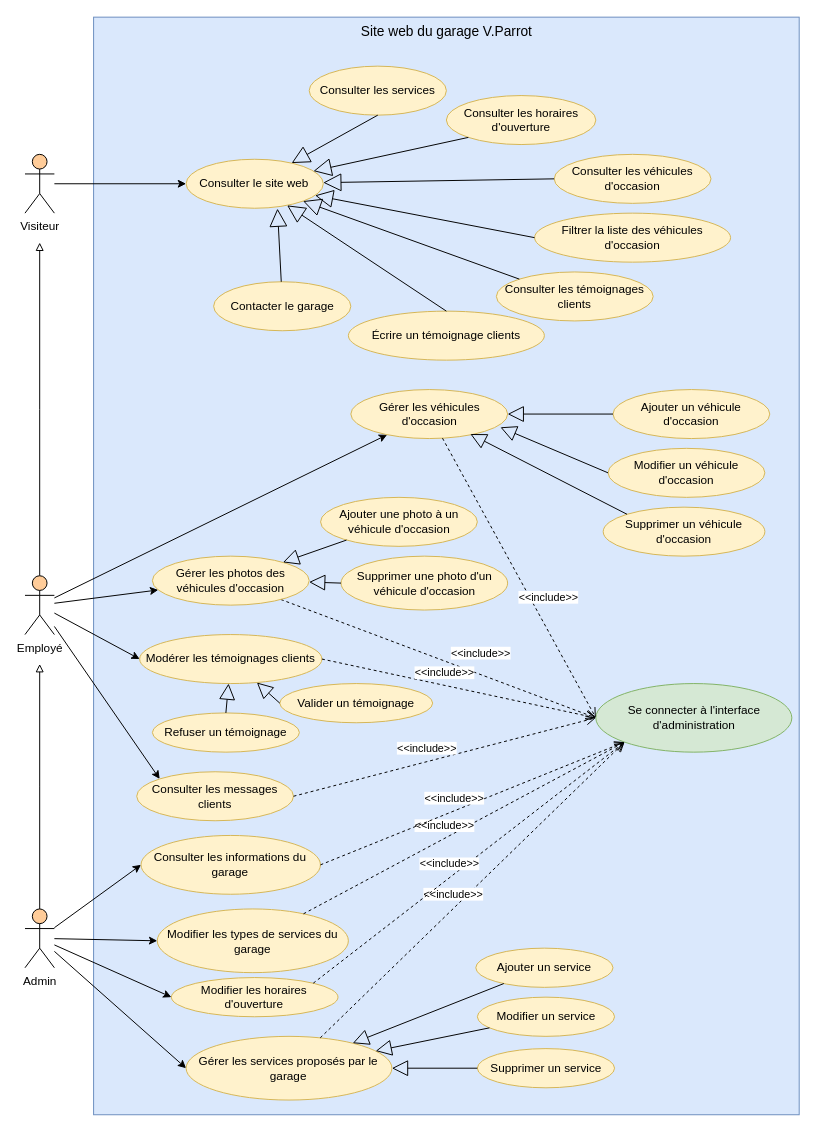
Above: diagramme_cas_utilisation.drawio in floretcl/ECF-TP-DWWM-Garage-02-06-2023 (draw.io), before the change. Source tidied: cells renumbered, new cells numbered last; positions are measured from the earlier drawing's top-left corner, leaving out a move shared by most shapes. Both pictures are drawn from the tidied source at 98%, with x=0, y=0 at pixel (24, 17).
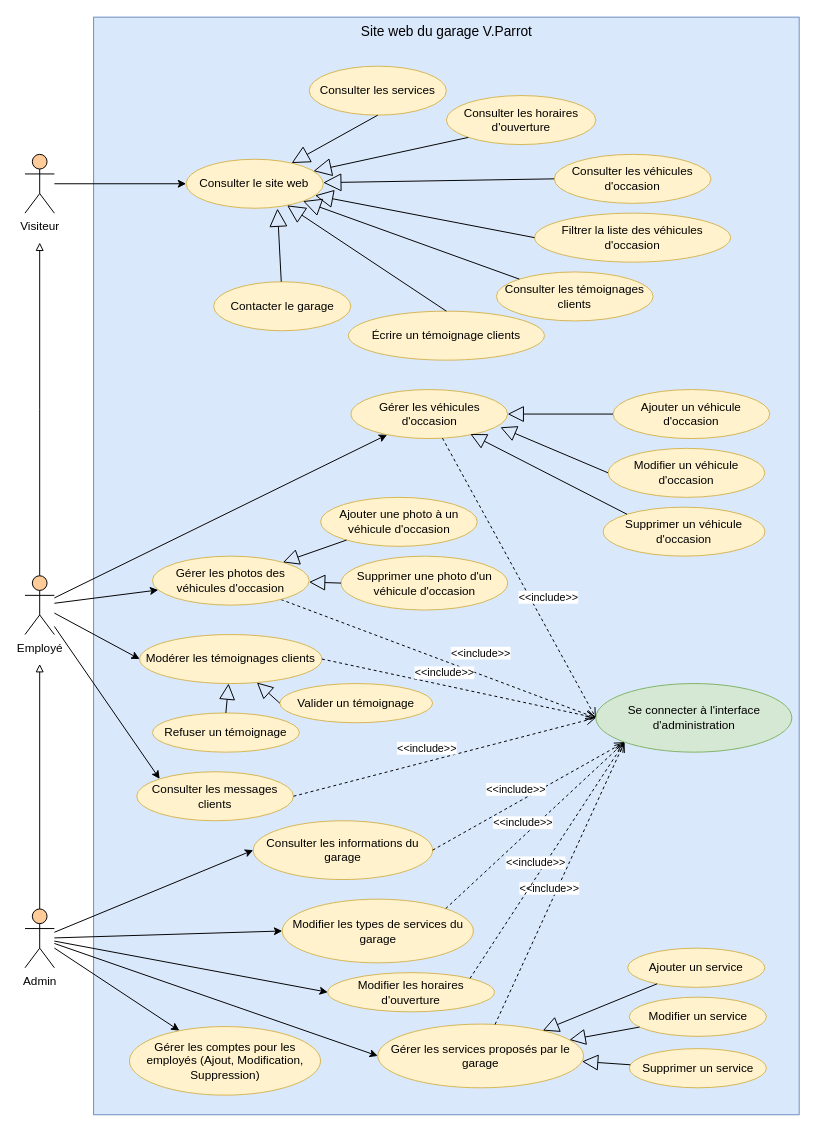
Above is the later version.

Commit message (it also covers changes not shown here):
update use case diagram

The change refers to these unchanged cells:
```xml
<mxCell id="8" value="Admin&lt;br&gt;" style="shape=umlActor;verticalLabelPosition=bottom;verticalAlign=top;html=1;outlineConnect=0;fillColor=#FFCC99;" parent="1" vertex="1">
  <mxGeometry y="910" width="30" height="60" as="geometry" />
</mxCell>
<mxCell id="18" value="Se connecter à l'interface d'administration" style="ellipse;whiteSpace=wrap;html=1;fillColor=#d5e8d4;strokeColor=#82b366;" parent="1" vertex="1">
  <mxGeometry x="582.5" y="680" width="200" height="70" as="geometry" />
</mxCell>
```

What changed in the source:
```diff
@@
+    <mxCell id="71" style="rounded=0;jettySize=auto;html=1;" parent="1" edge="1" source="8" target="72">
+      <mxGeometry relative="1" as="geometry" />
+    </mxCell>
@@
     <mxCell id="19" value="Ajouter un service" style="ellipse;whiteSpace=wrap;html=1;fillColor=#fff2cc;strokeColor=#d6b656;" parent="1" vertex="1">
-      <mxGeometry x="460" y="950" width="140" height="40" as="geometry" />
+      <mxGeometry x="615" y="950" width="140" height="40" as="geometry" />
     </mxCell>
     <mxCell id="20" value="Modifier un service" style="ellipse;whiteSpace=wrap;html=1;fillColor=#fff2cc;strokeColor=#d6b656;" parent="1" vertex="1">
-      <mxGeometry x="461.6" y="1000" width="140" height="40" as="geometry" />
+      <mxGeometry x="616.6" y="1000" width="140" height="40" as="geometry" />
     </mxCell>
     <mxCell id="21" value="Supprimer un service" style="ellipse;whiteSpace=wrap;html=1;fillColor=#fff2cc;strokeColor=#d6b656;" parent="1" vertex="1">
-      <mxGeometry x="461.6" y="1052.5" width="140" height="40" as="geometry" />
+      <mxGeometry x="616.6" y="1052.5" width="140" height="40" as="geometry" />
     </mxCell>
@@
     <mxCell id="23" value="Modifier les horaires d'ouverture" style="ellipse;whiteSpace=wrap;html=1;fillColor=#fff2cc;strokeColor=#d6b656;" parent="1" vertex="1">
-      <mxGeometry x="149.4" y="980" width="170" height="40" as="geometry" />
+      <mxGeometry x="309" y="975" width="170" height="40" as="geometry" />
     </mxCell>
@@
     <mxCell id="40" value="Consulter les informations du garage" style="ellipse;whiteSpace=wrap;html=1;fillColor=#fff2cc;strokeColor=#d6b656;" parent="1" vertex="1">
-      <mxGeometry x="118.4" y="835" width="183.1" height="60" as="geometry" />
+      <mxGeometry x="232.9" y="820" width="183.1" height="60" as="geometry" />
     </mxCell>
     <mxCell id="41" value="Modifier les types de services du garage" style="ellipse;whiteSpace=wrap;html=1;fillColor=#fff2cc;strokeColor=#d6b656;" parent="1" vertex="1">
-      <mxGeometry x="135" y="910" width="195" height="65" as="geometry" />
+      <mxGeometry x="262.5" y="900" width="195" height="65" as="geometry" />
     </mxCell>
@@
     <mxCell id="46" value="Gérer les services proposés par le garage" style="ellipse;whiteSpace=wrap;html=1;fillColor=#fff2cc;strokeColor=#d6b656;" parent="1" vertex="1">
-      <mxGeometry x="164.4" y="1040" width="210" height="65" as="geometry" />
+      <mxGeometry x="360" y="1027.5" width="210" height="65" as="geometry" />
     </mxCell>
@@
-    <mxCell id="66" value="&amp;lt;&amp;lt;include&amp;gt;&amp;gt;" style="html=1;verticalAlign=bottom;endArrow=open;dashed=1;endSize=8;curved=0;rounded=0;entryX=0;entryY=1;entryDx=0;entryDy=0;" parent="1" edge="1" source="41" target="18">
+    <mxCell id="66" value="&amp;lt;&amp;lt;include&amp;gt;&amp;gt;" style="html=1;verticalAlign=bottom;endArrow=open;dashed=1;endSize=8;curved=0;rounded=0;entryX=0;entryY=1;entryDx=0;entryDy=0;exitX=1;exitY=0;exitDx=0;exitDy=0;" parent="1" edge="1" source="41" target="18">
       <mxGeometry x="-0.11" y="4" relative="1" as="geometry" />
     </mxCell>
@@
+    <mxCell id="72" value="Gérer les comptes pour les employés (Ajout, Modification, Suppression)" style="ellipse;whiteSpace=wrap;html=1;fillColor=#fff2cc;strokeColor=#d6b656;" parent="1" vertex="1">
+      <mxGeometry x="106.6" y="1030" width="195" height="70" as="geometry" />
+    </mxCell>
```
